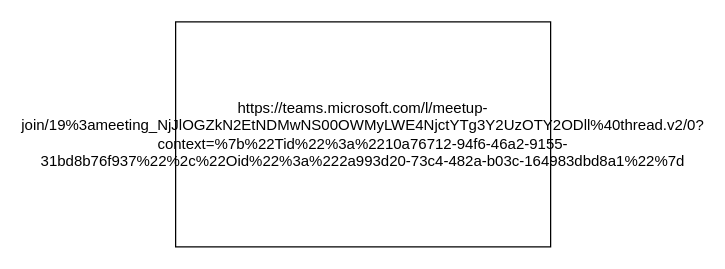
Above: Diagrama sin título.drawio in rgil93/Prueba (draw.io), before the change. Source tidied: cells renumbered, new cells numbered last; positions are measured from the earlier drawing's top-left corner, leaving out a move shared by most shapes. Both pictures are drawn from the tidied source at 125%, with x=0, y=0 at pixel (175, 21).
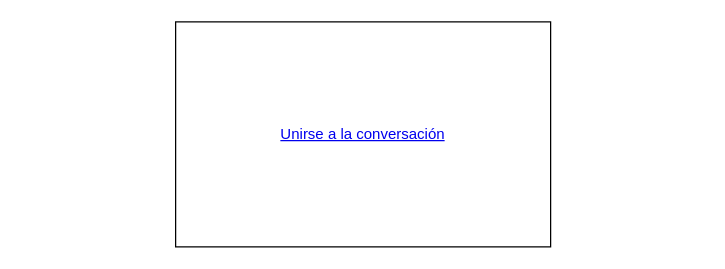
The same diagram, later.

Diff of the diagram source:
```diff
@@
 <mxGraphModel>
   <root>
     <mxCell id="0" />
     <mxCell id="1" parent="0" />
-    <mxCell id="2" value="https://teams.microsoft.com/l/meetup-join/19%3ameeting_NjJlOGZkN2EtNDMwNS00OWMyLWE4NjctYTg3Y2UzOTY2ODll%40thread.v2/0?context=%7b%22Tid%22%3a%2210a76712-94f6-46a2-9155-31bd8b76f937%22%2c%22Oid%22%3a%222a993d20-73c4-482a-b03c-164983dbd8a1%22%7d" style="rounded=0;whiteSpace=wrap;html=1;" parent="1" vertex="1">
+    <mxCell id="2" value="&lt;a href=&quot;https://teams.microsoft.com/dl/launcher/launcher.html?url=%2F_%23%2Fl%2Fmeetup-join%2F19%3Ameeting_OWExYzFlZDQtMTZiYi00NzA0LThmOTctNWM4ZGM3YTBmYjU5%40thread.v2%2F0%3Fcontext%3D%257b%2522Tid%2522%253a%252210a76712-94f6-46a2-9155-31bd8b76f937%2522%252c%2522Oid%2522%253a%25221cc835ed-596e-45f8-ac82-881e093c78e5%2522%257d%26anon%3Dtrue&amp;amp;type=meetup-join&amp;amp;deeplinkId=420dcc0a-81aa-4a4b-98f3-42211c1a493c&amp;amp;directDl=true&amp;amp;msLaunch=true&amp;amp;enableMobilePage=true&amp;amp;suppressPrompt=true&quot;&gt;Unirse a la conversación&lt;/a&gt;" style="rounded=0;whiteSpace=wrap;html=1;" parent="1" vertex="1">
       <mxGeometry width="300" height="180" as="geometry" />
     </mxCell>
   </root>
 </mxGraphModel>
```
